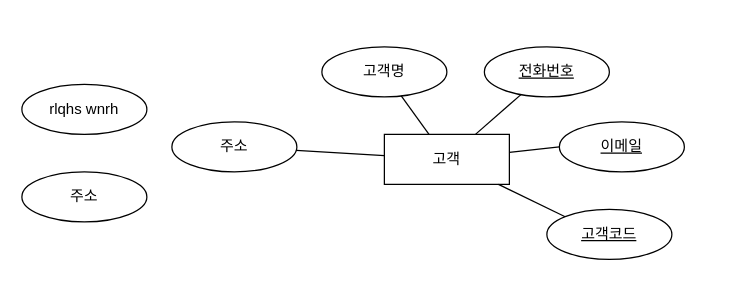
Above: 제목 없는 다이어그램.drawio in hann0079/erd (draw.io), before the change. Source tidied: cells renumbered, new cells numbered last; positions are measured from the earlier drawing's top-left corner, leaving out a move shared by most shapes. Both pictures are drawn from the tidied source at 125%, with x=0, y=0 at pixel (21, 46).
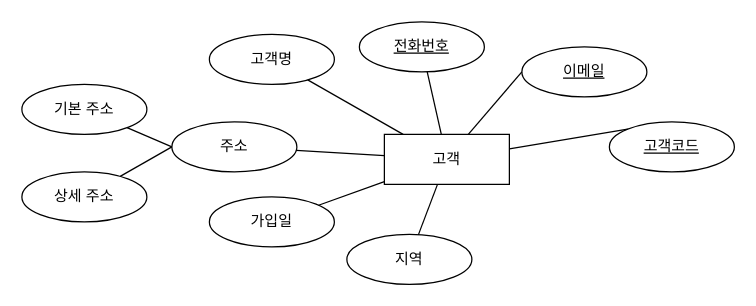
The same page after the edit.

Unchanged cells that the change refers to:
```xml
<mxCell id="2" value="고객" style="whiteSpace=wrap;html=1;align=center;" parent="1" vertex="1">
  <mxGeometry x="290" y="70" width="100" height="40" as="geometry" />
</mxCell>
<mxCell id="11" value="주소" style="ellipse;whiteSpace=wrap;html=1;align=center;" parent="1" vertex="1">
  <mxGeometry x="120" y="60" width="100" height="40" as="geometry" />
</mxCell>
```

What changed in the source:
```diff
@@
     <mxCell id="3" value="고객명" style="ellipse;whiteSpace=wrap;html=1;align=center;" parent="1" vertex="1">
-      <mxGeometry x="240" width="100" height="40" as="geometry" />
+      <mxGeometry x="150" y="-10" width="100" height="40" as="geometry" />
     </mxCell>
@@
     <mxCell id="5" value="전화번호" style="ellipse;whiteSpace=wrap;html=1;align=center;fontStyle=4;" parent="1" vertex="1">
-      <mxGeometry x="370" width="100" height="40" as="geometry" />
+      <mxGeometry x="270" y="-20" width="100" height="40" as="geometry" />
     </mxCell>
@@
     <mxCell id="7" value="이메일" style="ellipse;whiteSpace=wrap;html=1;align=center;fontStyle=4;" parent="1" vertex="1">
-      <mxGeometry x="430" y="60" width="100" height="40" as="geometry" />
+      <mxGeometry x="400" width="100" height="40" as="geometry" />
     </mxCell>
     <mxCell id="8" value="고객코드" style="ellipse;whiteSpace=wrap;html=1;align=center;fontStyle=4;" parent="1" vertex="1">
-      <mxGeometry x="420" y="130" width="100" height="40" as="geometry" />
+      <mxGeometry x="470" y="60" width="100" height="40" as="geometry" />
     </mxCell>
@@
-    <mxCell id="13" value="rlqhs wnrh" style="ellipse;whiteSpace=wrap;html=1;align=center;" parent="1" vertex="1">
+    <mxCell id="13" value="기본 주소" style="ellipse;whiteSpace=wrap;html=1;align=center;" parent="1" vertex="1">
       <mxGeometry y="30" width="100" height="40" as="geometry" />
     </mxCell>
-    <mxCell id="14" value="주소" style="ellipse;whiteSpace=wrap;html=1;align=center;" parent="1" vertex="1">
+    <mxCell id="14" value="상세 주소" style="ellipse;whiteSpace=wrap;html=1;align=center;" parent="1" vertex="1">
       <mxGeometry y="100" width="100" height="40" as="geometry" />
     </mxCell>
+    <mxCell id="15" style="endArrow=none;html=1;rounded=0;" parent="1" edge="1" source="13">
+      <mxGeometry relative="1" as="geometry">
+        <mxPoint x="120" y="80" as="targetPoint" />
+      </mxGeometry>
+    </mxCell>
+    <mxCell id="16" style="endArrow=none;html=1;rounded=0;entryX=0;entryY=0.5;entryDx=0;entryDy=0;" parent="1" edge="1" source="14" target="11">
+      <mxGeometry relative="1" as="geometry" />
+    </mxCell>
+    <mxCell id="17" value="가입일" style="ellipse;whiteSpace=wrap;html=1;align=center;" parent="1" vertex="1">
+      <mxGeometry x="150" y="120" width="100" height="40" as="geometry" />
+    </mxCell>
+    <mxCell id="18" style="endArrow=none;html=1;rounded=0;" parent="1" edge="1" source="17" target="2">
+      <mxGeometry relative="1" as="geometry" />
+    </mxCell>
+    <mxCell id="19" value="지역" style="ellipse;whiteSpace=wrap;html=1;align=center;" parent="1" vertex="1">
+      <mxGeometry x="260" y="150" width="100" height="40" as="geometry" />
+    </mxCell>
+    <mxCell id="20" style="endArrow=none;html=1;rounded=0;" parent="1" edge="1" source="19" target="2">
+      <mxGeometry relative="1" as="geometry" />
+    </mxCell>
```
